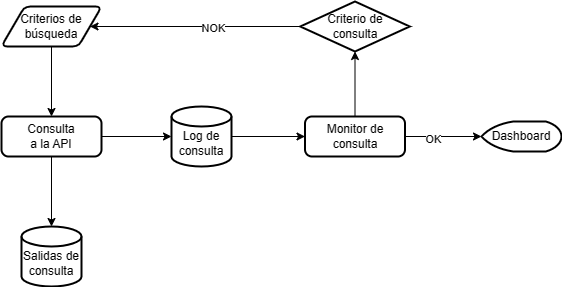
Before: diagramas_flujo/adquisicion-datos-trends-api.drawio.png, a diagram exported from draw.io (CAMM961001/inai-itam). Source tidied: cells renumbered, new cells last; positions are measured from the earlier drawing's top-left corner, leaving out a move shared by most shapes. Source of this version:
```xml
<mxGraphModel>
  <root>
    <mxCell id="0" />
    <mxCell id="1" parent="0" />
    <mxCell id="2" style="edgeStyle=orthogonalEdgeStyle;rounded=0;jettySize=auto;html=1;entryX=0.5;entryY=0;entryDx=0;entryDy=0;" parent="1" edge="1" source="3" target="6">
      <mxGeometry relative="1" as="geometry" />
    </mxCell>
    <mxCell id="3" value="Criterios de búsqueda" style="shape=parallelogram;html=1;strokeWidth=2;perimeter=parallelogramPerimeter;whiteSpace=wrap;rounded=1;arcSize=12;size=0.23;" parent="1" vertex="1">
      <mxGeometry y="5" width="100" height="40" as="geometry" />
    </mxCell>
    <mxCell id="4" style="edgeStyle=orthogonalEdgeStyle;rounded=0;jettySize=auto;html=1;" parent="1" edge="1" source="6" target="8">
      <mxGeometry relative="1" as="geometry" />
    </mxCell>
    <mxCell id="5" style="edgeStyle=orthogonalEdgeStyle;rounded=0;jettySize=auto;html=1;entryX=0.5;entryY=0;entryDx=0;entryDy=0;entryPerimeter=0;" parent="1" edge="1" source="6" target="17">
      <mxGeometry relative="1" as="geometry" />
    </mxCell>
    <mxCell id="6" value="Consulta&lt;br&gt;a la API" style="rounded=1;whiteSpace=wrap;html=1;absoluteArcSize=1;arcSize=14;strokeWidth=2;" parent="1" vertex="1">
      <mxGeometry y="115" width="100" height="40" as="geometry" />
    </mxCell>
    <mxCell id="7" style="edgeStyle=orthogonalEdgeStyle;rounded=0;jettySize=auto;html=1;entryX=0;entryY=0.5;entryDx=0;entryDy=0;" parent="1" edge="1" source="8" target="12">
      <mxGeometry relative="1" as="geometry" />
    </mxCell>
    <mxCell id="8" value="&lt;br&gt;Log de consulta" style="strokeWidth=2;html=1;shape=mxgraph.flowchart.database;whiteSpace=wrap;" parent="1" vertex="1">
      <mxGeometry x="170" y="105" width="60" height="60" as="geometry" />
    </mxCell>
    <mxCell id="9" style="edgeStyle=orthogonalEdgeStyle;rounded=0;jettySize=auto;html=1;entryX=0.5;entryY=1;entryDx=0;entryDy=0;entryPerimeter=0;" parent="1" edge="1" source="12" target="15">
      <mxGeometry relative="1" as="geometry" />
    </mxCell>
    <mxCell id="10" style="edgeStyle=orthogonalEdgeStyle;rounded=0;jettySize=auto;html=1;" parent="1" edge="1" source="12" target="16">
      <mxGeometry relative="1" as="geometry" />
    </mxCell>
    <mxCell id="11" value="OK" style="edgeLabel;html=1;align=center;verticalAlign=middle;" parent="10" vertex="1">
      <mxGeometry x="-0.28" y="-2" relative="1" as="geometry">
        <mxPoint x="1" as="offset" />
      </mxGeometry>
    </mxCell>
    <mxCell id="12" value="Monitor de consulta" style="rounded=1;whiteSpace=wrap;html=1;absoluteArcSize=1;arcSize=14;strokeWidth=2;" parent="1" vertex="1">
      <mxGeometry x="303.5" y="115" width="100" height="40" as="geometry" />
    </mxCell>
    <mxCell id="13" style="edgeStyle=orthogonalEdgeStyle;rounded=0;jettySize=auto;html=1;entryX=1;entryY=0.5;entryDx=0;entryDy=0;" parent="1" edge="1" source="15" target="3">
      <mxGeometry relative="1" as="geometry" />
    </mxCell>
    <mxCell id="14" value="NOK" style="edgeLabel;html=1;align=center;verticalAlign=middle;" parent="13" vertex="1">
      <mxGeometry x="-0.17" y="1" relative="1" as="geometry" />
    </mxCell>
    <mxCell id="15" value="Criterio de&lt;br&gt;consulta" style="strokeWidth=2;html=1;shape=mxgraph.flowchart.decision;whiteSpace=wrap;" parent="1" vertex="1">
      <mxGeometry x="298.8" width="109.5" height="50" as="geometry" />
    </mxCell>
    <mxCell id="16" value="Dashboard" style="strokeWidth=2;html=1;shape=mxgraph.flowchart.display;whiteSpace=wrap;" parent="1" vertex="1">
      <mxGeometry x="480" y="120" width="80" height="30" as="geometry" />
    </mxCell>
    <mxCell id="17" value="&lt;br&gt;Salidas de consulta" style="strokeWidth=2;html=1;shape=mxgraph.flowchart.database;whiteSpace=wrap;" parent="1" vertex="1">
      <mxGeometry x="20" y="225" width="60" height="60" as="geometry" />
    </mxCell>
  </root>
</mxGraphModel>
```
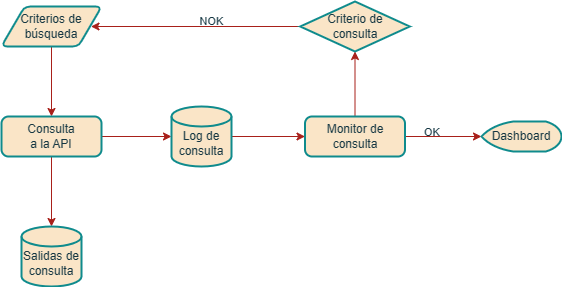
The same diagram one commit later.

Change to the diagram source:
```diff
@@ -2,54 +2,57 @@
   <root>
     <mxCell id="0" />
     <mxCell id="1" parent="0" />
-    <mxCell id="2" style="edgeStyle=orthogonalEdgeStyle;rounded=0;jettySize=auto;html=1;entryX=0.5;entryY=0;entryDx=0;entryDy=0;" parent="1" edge="1" source="3" target="6">
+    <mxCell id="2" style="edgeStyle=orthogonalEdgeStyle;rounded=1;jettySize=auto;html=1;entryX=0.5;entryY=0;entryDx=0;entryDy=0;labelBackgroundColor=none;strokeColor=#A8201A;fontColor=default;" parent="1" edge="1" source="3" target="6">
       <mxGeometry relative="1" as="geometry" />
     </mxCell>
-    <mxCell id="3" value="Criterios de búsqueda" style="shape=parallelogram;html=1;strokeWidth=2;perimeter=parallelogramPerimeter;whiteSpace=wrap;rounded=1;arcSize=12;size=0.23;" parent="1" vertex="1">
+    <mxCell id="3" value="Criterios de búsqueda" style="shape=parallelogram;html=1;strokeWidth=2;perimeter=parallelogramPerimeter;whiteSpace=wrap;rounded=1;arcSize=12;size=0.23;labelBackgroundColor=none;fillColor=#FAE5C7;strokeColor=#0F8B8D;fontColor=#143642;" parent="1" vertex="1">
       <mxGeometry y="5" width="100" height="40" as="geometry" />
     </mxCell>
-    <mxCell id="4" style="edgeStyle=orthogonalEdgeStyle;rounded=0;jettySize=auto;html=1;" parent="1" edge="1" source="6" target="8">
+    <mxCell id="4" style="edgeStyle=orthogonalEdgeStyle;rounded=1;jettySize=auto;html=1;labelBackgroundColor=none;strokeColor=#A8201A;fontColor=default;" parent="1" edge="1" source="6" target="8">
       <mxGeometry relative="1" as="geometry" />
     </mxCell>
-    <mxCell id="5" style="edgeStyle=orthogonalEdgeStyle;rounded=0;jettySize=auto;html=1;entryX=0.5;entryY=0;entryDx=0;entryDy=0;entryPerimeter=0;" parent="1" edge="1" source="6" target="17">
+    <mxCell id="5" style="edgeStyle=orthogonalEdgeStyle;rounded=1;jettySize=auto;html=1;entryX=0.5;entryY=0;entryDx=0;entryDy=0;entryPerimeter=0;labelBackgroundColor=none;strokeColor=#A8201A;fontColor=default;" parent="1" edge="1" source="6" target="17">
       <mxGeometry relative="1" as="geometry" />
     </mxCell>
-    <mxCell id="6" value="Consulta&lt;br&gt;a la API" style="rounded=1;whiteSpace=wrap;html=1;absoluteArcSize=1;arcSize=14;strokeWidth=2;" parent="1" vertex="1">
+    <mxCell id="6" value="Consulta&lt;br&gt;a la API" style="rounded=1;whiteSpace=wrap;html=1;absoluteArcSize=1;arcSize=14;strokeWidth=2;labelBackgroundColor=none;fillColor=#FAE5C7;strokeColor=#0F8B8D;fontColor=#143642;" parent="1" vertex="1">
       <mxGeometry y="115" width="100" height="40" as="geometry" />
     </mxCell>
-    <mxCell id="7" style="edgeStyle=orthogonalEdgeStyle;rounded=0;jettySize=auto;html=1;entryX=0;entryY=0.5;entryDx=0;entryDy=0;" parent="1" edge="1" source="8" target="12">
+    <mxCell id="7" style="edgeStyle=orthogonalEdgeStyle;rounded=1;jettySize=auto;html=1;entryX=0;entryY=0.5;entryDx=0;entryDy=0;labelBackgroundColor=none;strokeColor=#A8201A;fontColor=default;" parent="1" edge="1" source="8" target="12">
       <mxGeometry relative="1" as="geometry" />
     </mxCell>
-    <mxCell id="8" value="&lt;br&gt;Log de consulta" style="strokeWidth=2;html=1;shape=mxgraph.flowchart.database;whiteSpace=wrap;" parent="1" vertex="1">
+    <mxCell id="8" value="&lt;br&gt;Log de consulta" style="strokeWidth=2;html=1;shape=mxgraph.flowchart.database;whiteSpace=wrap;rounded=1;labelBackgroundColor=none;fillColor=#FAE5C7;strokeColor=#0F8B8D;fontColor=#143642;" parent="1" vertex="1">
       <mxGeometry x="170" y="105" width="60" height="60" as="geometry" />
     </mxCell>
-    <mxCell id="9" style="edgeStyle=orthogonalEdgeStyle;rounded=0;jettySize=auto;html=1;entryX=0.5;entryY=1;entryDx=0;entryDy=0;entryPerimeter=0;" parent="1" edge="1" source="12" target="15">
+    <mxCell id="9" style="edgeStyle=orthogonalEdgeStyle;rounded=1;jettySize=auto;html=1;entryX=0.5;entryY=1;entryDx=0;entryDy=0;entryPerimeter=0;labelBackgroundColor=none;strokeColor=#A8201A;fontColor=default;" parent="1" edge="1" source="12" target="15">
       <mxGeometry relative="1" as="geometry" />
     </mxCell>
-    <mxCell id="10" style="edgeStyle=orthogonalEdgeStyle;rounded=0;jettySize=auto;html=1;" parent="1" edge="1" source="12" target="16">
+    <mxCell id="10" style="edgeStyle=orthogonalEdgeStyle;rounded=1;jettySize=auto;html=1;labelBackgroundColor=none;strokeColor=#A8201A;fontColor=default;" parent="1" edge="1" source="12" target="16">
       <mxGeometry relative="1" as="geometry" />
     </mxCell>
-    <mxCell id="11" value="OK" style="edgeLabel;html=1;align=center;verticalAlign=middle;" parent="10" vertex="1">
+    <mxCell id="11" value="OK&amp;nbsp;&lt;br&gt;&lt;br&gt;" style="edgeLabel;html=1;align=center;verticalAlign=middle;rounded=1;labelBackgroundColor=none;fontColor=#143642;" parent="10" vertex="1">
       <mxGeometry x="-0.28" y="-2" relative="1" as="geometry">
         <mxPoint x="1" as="offset" />
       </mxGeometry>
     </mxCell>
-    <mxCell id="12" value="Monitor de consulta" style="rounded=1;whiteSpace=wrap;html=1;absoluteArcSize=1;arcSize=14;strokeWidth=2;" parent="1" vertex="1">
+    <mxCell id="12" value="Monitor de consulta" style="rounded=1;whiteSpace=wrap;html=1;absoluteArcSize=1;arcSize=14;strokeWidth=2;labelBackgroundColor=none;fillColor=#FAE5C7;strokeColor=#0F8B8D;fontColor=#143642;" parent="1" vertex="1">
       <mxGeometry x="303.5" y="115" width="100" height="40" as="geometry" />
     </mxCell>
-    <mxCell id="13" style="edgeStyle=orthogonalEdgeStyle;rounded=0;jettySize=auto;html=1;entryX=1;entryY=0.5;entryDx=0;entryDy=0;" parent="1" edge="1" source="15" target="3">
-      <mxGeometry relative="1" as="geometry" />
+    <mxCell id="13" style="edgeStyle=orthogonalEdgeStyle;rounded=1;orthogonalLoop=1;jettySize=auto;html=1;entryX=1;entryY=0.5;entryDx=0;entryDy=0;labelBackgroundColor=none;strokeColor=#A8201A;fontColor=default;" parent="1" edge="1">
+      <mxGeometry relative="1" as="geometry">
+        <mxPoint x="299.8" y="25" as="sourcePoint" />
+        <mxPoint x="89.5" y="25" as="targetPoint" />
+      </mxGeometry>
     </mxCell>
-    <mxCell id="14" value="NOK" style="edgeLabel;html=1;align=center;verticalAlign=middle;" parent="13" vertex="1">
+    <mxCell id="14" value="NOK&amp;nbsp;&amp;nbsp;&lt;br&gt;&lt;br&gt;" style="edgeLabel;html=1;align=center;verticalAlign=middle;rounded=1;labelBackgroundColor=none;fontColor=#143642;" parent="13" vertex="1">
       <mxGeometry x="-0.17" y="1" relative="1" as="geometry" />
     </mxCell>
-    <mxCell id="15" value="Criterio de&lt;br&gt;consulta" style="strokeWidth=2;html=1;shape=mxgraph.flowchart.decision;whiteSpace=wrap;" parent="1" vertex="1">
+    <mxCell id="15" value="Criterio de&lt;br&gt;consulta" style="strokeWidth=2;html=1;shape=mxgraph.flowchart.decision;whiteSpace=wrap;rounded=1;labelBackgroundColor=none;fillColor=#FAE5C7;strokeColor=#0F8B8D;fontColor=#143642;" parent="1" vertex="1">
       <mxGeometry x="298.8" width="109.5" height="50" as="geometry" />
     </mxCell>
-    <mxCell id="16" value="Dashboard" style="strokeWidth=2;html=1;shape=mxgraph.flowchart.display;whiteSpace=wrap;" parent="1" vertex="1">
+    <mxCell id="16" value="Dashboard" style="strokeWidth=2;html=1;shape=mxgraph.flowchart.display;whiteSpace=wrap;rounded=1;labelBackgroundColor=none;fillColor=#FAE5C7;strokeColor=#0F8B8D;fontColor=#143642;" parent="1" vertex="1">
       <mxGeometry x="480" y="120" width="80" height="30" as="geometry" />
     </mxCell>
-    <mxCell id="17" value="&lt;br&gt;Salidas de consulta" style="strokeWidth=2;html=1;shape=mxgraph.flowchart.database;whiteSpace=wrap;" parent="1" vertex="1">
+    <mxCell id="17" value="&lt;br&gt;Salidas de consulta" style="strokeWidth=2;html=1;shape=mxgraph.flowchart.database;whiteSpace=wrap;rounded=1;labelBackgroundColor=none;fillColor=#FAE5C7;strokeColor=#0F8B8D;fontColor=#143642;" parent="1" vertex="1">
       <mxGeometry x="20" y="225" width="60" height="60" as="geometry" />
     </mxCell>
   </root>
```
